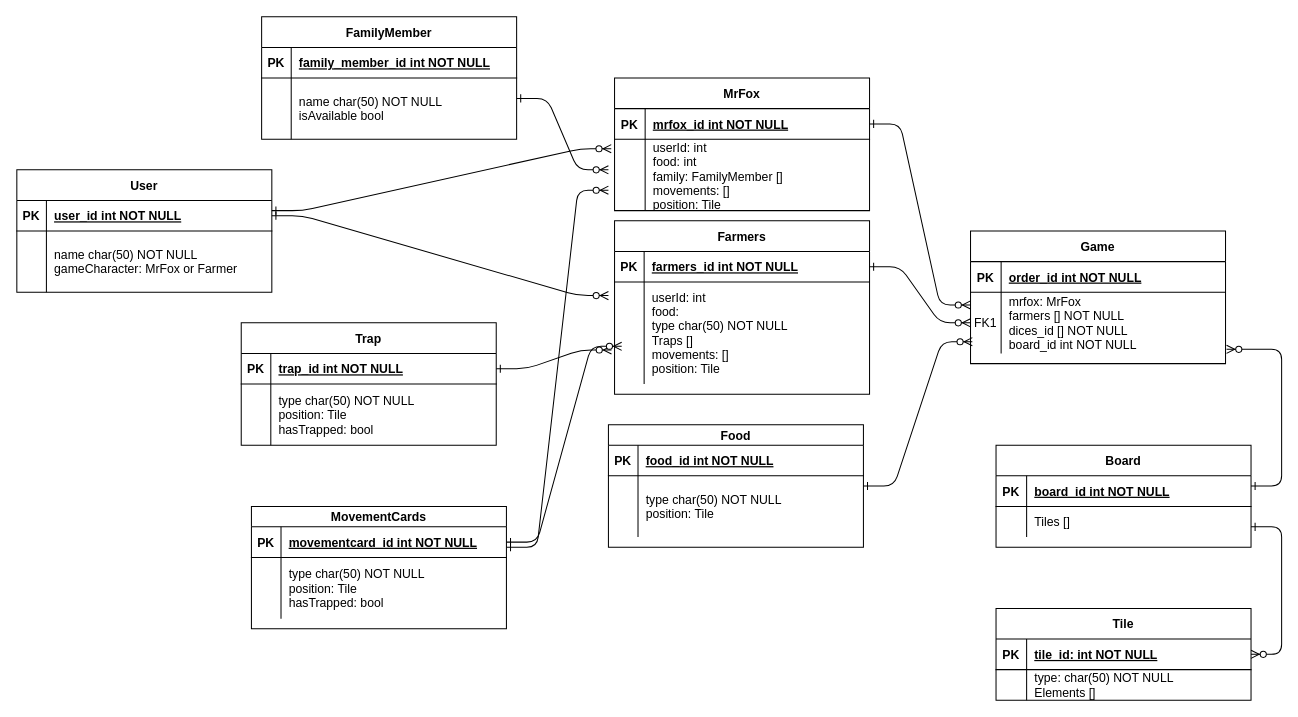
This is Untitled Diagram.drawio from sebaterrazas/ERdiagram, a draw.io file, before an edit. Source tidied: cells renumbered, new cells numbered last; positions are measured from the earlier drawing's top-left corner, leaving out a move shared by most shapes. Both pictures are drawn from the tidied source at 102%, with x=0, y=0 at pixel (16, 16).
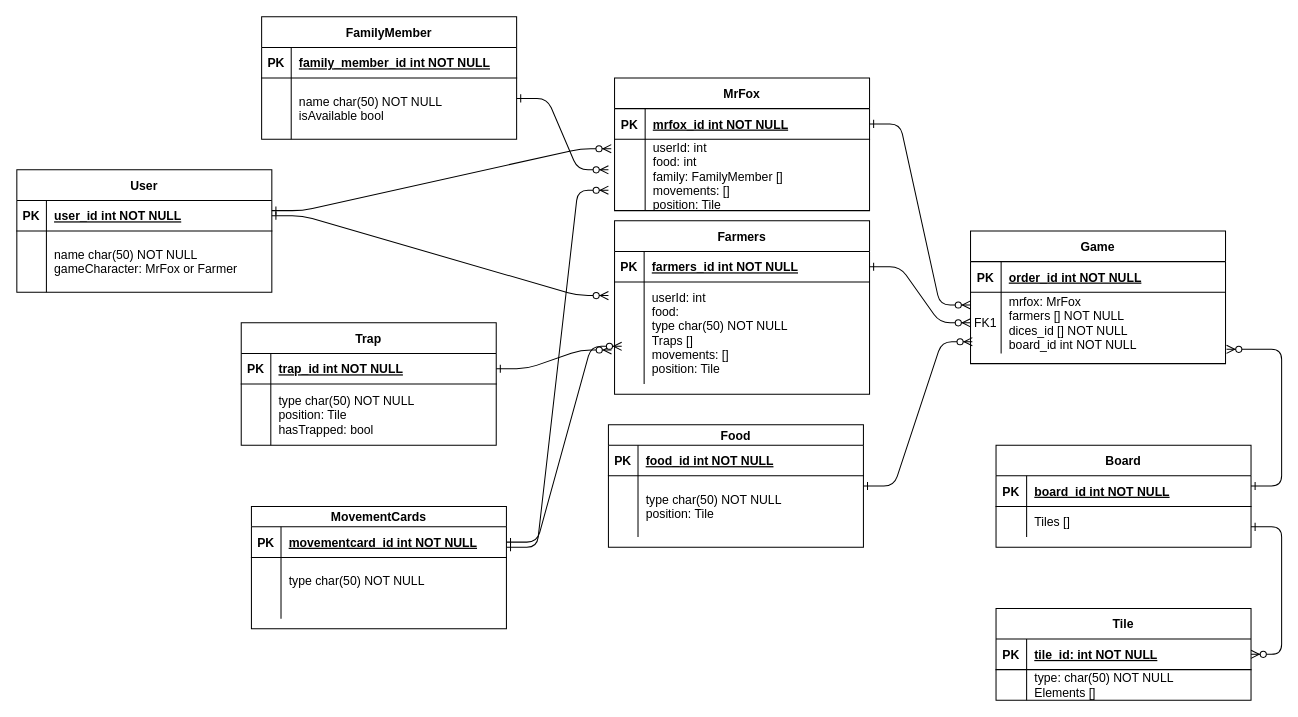
The same diagram, later.

The change refers to these unchanged cells:
```xml
<mxCell id="78" style="shape=partialRectangle;fillColor=none;top=0;left=0;right=0;bottom=0;" parent="74" vertex="1">
  <mxGeometry y="50" width="250" height="60" as="geometry" />
</mxCell>
```

The edit, as a diff of the source:
```diff
@@
-    <mxCell id="80" value="type char(50) NOT NULL&#10;position: Tile&#10;hasTrapped: bool" style="shape=partialRectangle;overflow=hidden;fillColor=none;top=0;left=0;bottom=0;right=0;align=left;spacingLeft=6;" parent="78" vertex="1">
+    <mxCell id="80" value="type char(50) NOT NULL&#10;" style="shape=partialRectangle;overflow=hidden;fillColor=none;top=0;left=0;bottom=0;right=0;align=left;spacingLeft=6;" parent="78" vertex="1">
       <mxGeometry x="29" width="221" height="60" as="geometry" />
     </mxCell>
```
